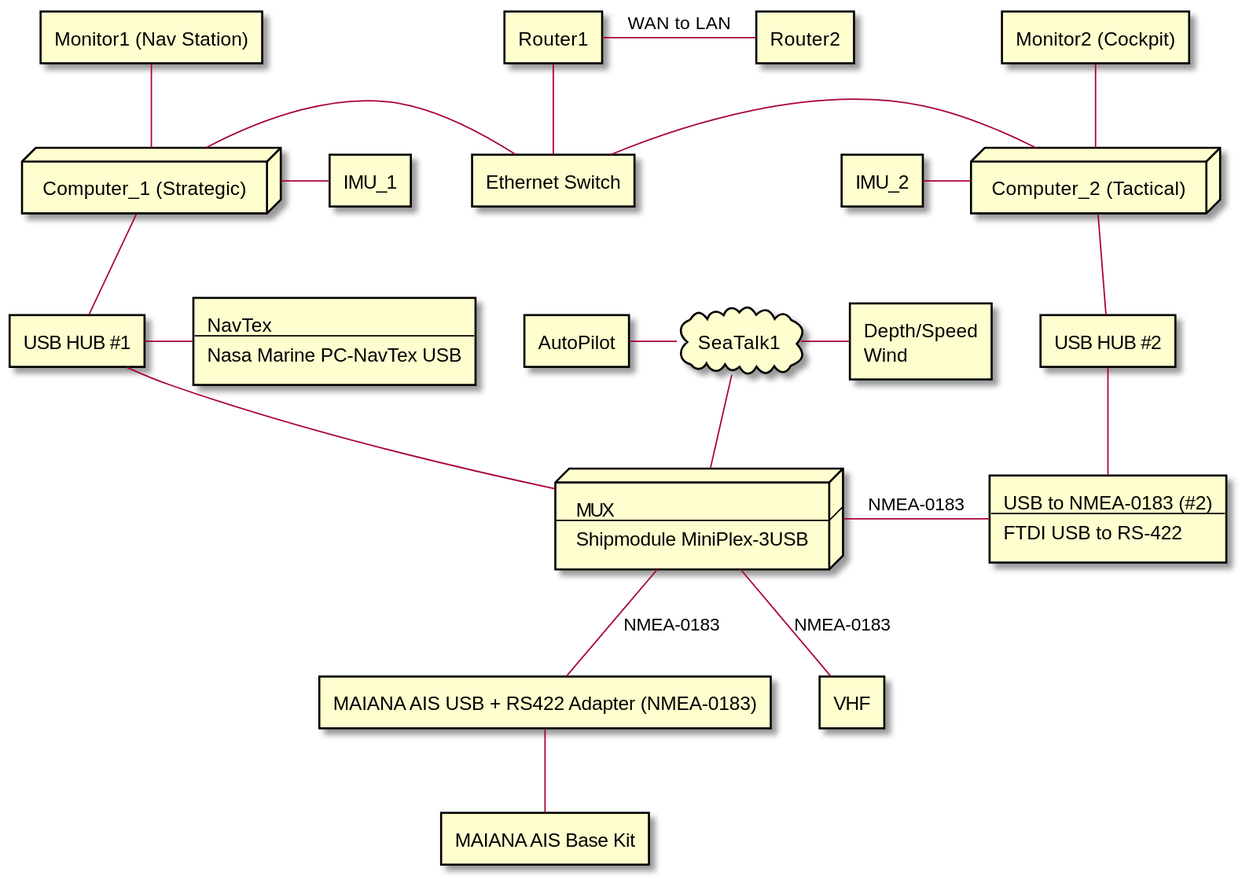
Before: docs/images/two_comp_arch.svg, a diagram exported from PlantUML (SY-Alcazar/SY-Alcazar).
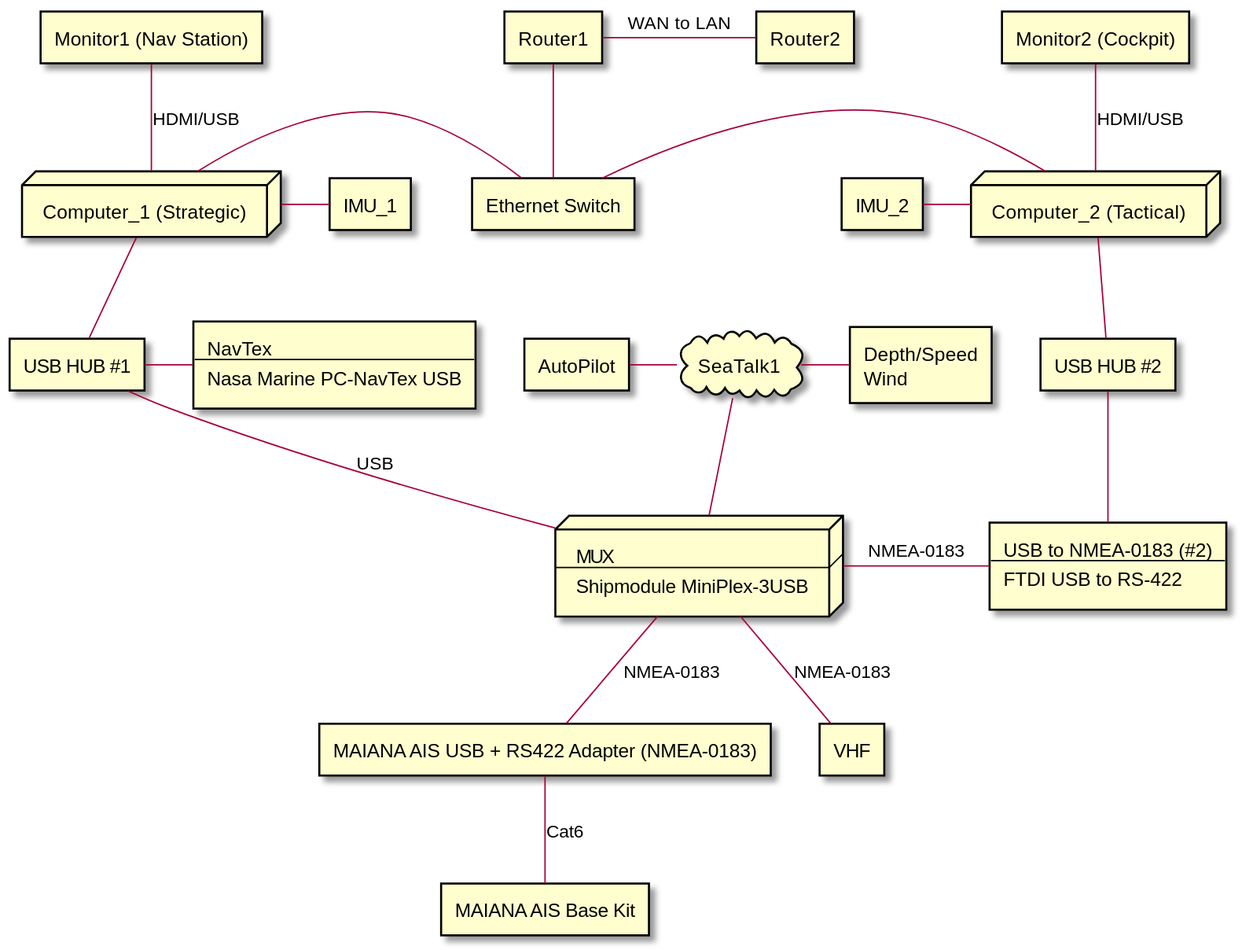
Above is the later version.

Diff of the diagram source:
```diff
@@ -88,7 +88,7 @@
  Nasa Marine PC-NavTex USB
 ]
 
-AIS -u- AIS_to_NMEA
+AIS -u- AIS_to_NMEA : Cat6
 
 MUX -- AIS_to_NMEA : NMEA-0183
 MUX -r- USB_to_Serial2 : NMEA-0183
@@ -98,8 +98,8 @@
 seatalk -r- instr
 seatalk -l- AP
 
-comp1 -u- mon1
-comp2 -u- mon2
+comp1 -u- mon1 : HDMI/USB
+comp2 -u- mon2 : HDMI/USB
 
 comp1 -r- IMU1
 comp2 -l- IMU2
@@ -109,7 +109,7 @@
 comp1 -d- usb_hub1
 comp2 -d- usb_hub2
 
-usb_hub1 -- MUX
+usb_hub1 -- MUX : USB
 usb_hub2 -- USB_to_Serial2
 
 router1 -r- router2 : WAN to LAN
```
